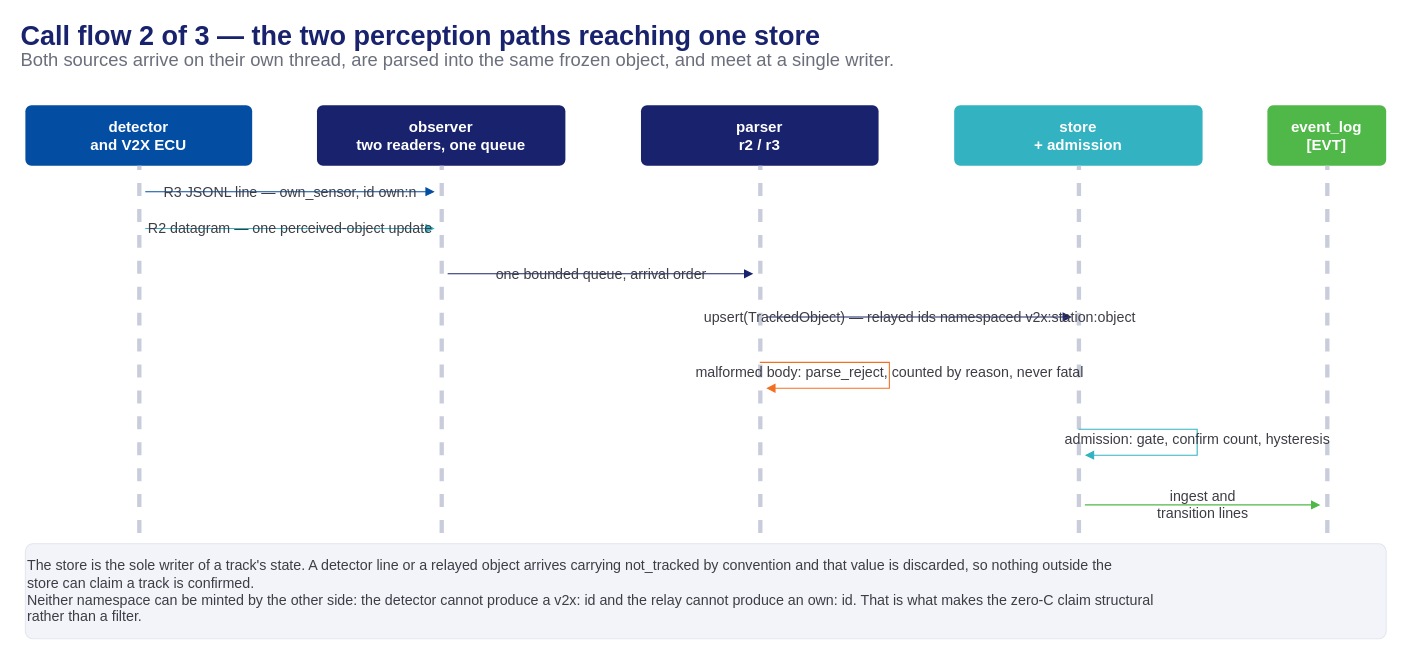
Above: presentation/assets/phase2-4-ada-callflow-2.drawio in mnpham2101/FPT-Hackathon2026 (draw.io), before the change. Source tidied: cells renumbered, new cells numbered last; positions are measured from the earlier drawing's top-left corner, leaving out a move shared by most shapes. Both pictures are drawn from the tidied source at 108%, with x=0, y=0 at pixel (18, 23).
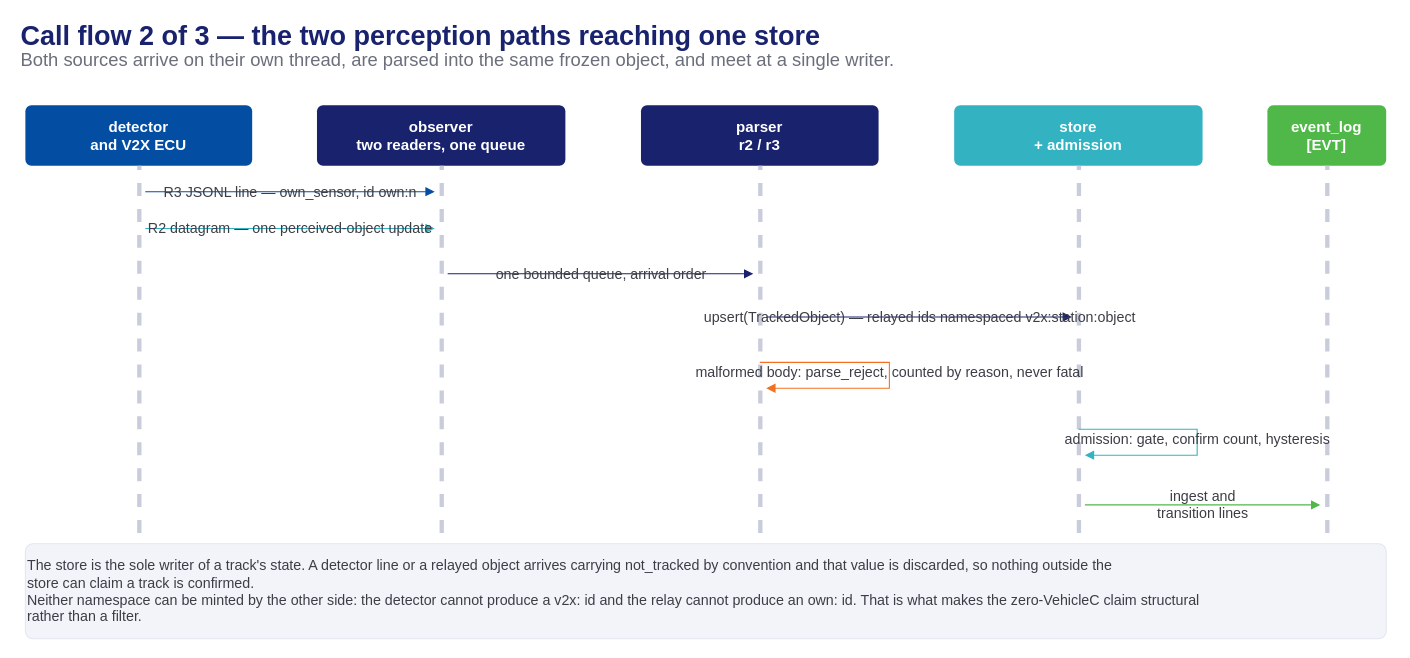
The same page after the edit.

The edit, as a diff of the source:
```diff
@@
-    <mxCell id="21" value="The store is the sole writer of a track's state. A detector line or a relayed object arrives carrying not_tracked by convention and that value is discarded, so nothing outside the&#10;store can claim a track is confirmed.&#10;Neither namespace can be minted by the other side: the detector cannot produce a v2x: id and the relay cannot produce an own: id. That is what makes the zero-C claim structural&#10;rather than a filter." style="rounded=1;arcSize=8;html=1;fillColor=#f2f4f9;strokeColor=#e3e6f0;fontColor=#3d3d46;fontSize=13.2;fontStyle=0;whiteSpace=wrap;verticalAlign=middle;align=left;" parent="1" vertex="1">
+    <mxCell id="21" value="The store is the sole writer of a track's state. A detector line or a relayed object arrives carrying not_tracked by convention and that value is discarded, so nothing outside the&#10;store can claim a track is confirmed.&#10;Neither namespace can be minted by the other side: the detector cannot produce a v2x: id and the relay cannot produce an own: id. That is what makes the zero-VehicleC claim structural&#10;rather than a filter." style="rounded=1;arcSize=8;html=1;fillColor=#f2f4f9;strokeColor=#e3e6f0;fontColor=#3d3d46;fontSize=13.2;fontStyle=0;whiteSpace=wrap;verticalAlign=middle;align=left;" parent="1" vertex="1">
       <mxGeometry x="6" y="482" width="1260" height="88" as="geometry" />
     </mxCell>
```
